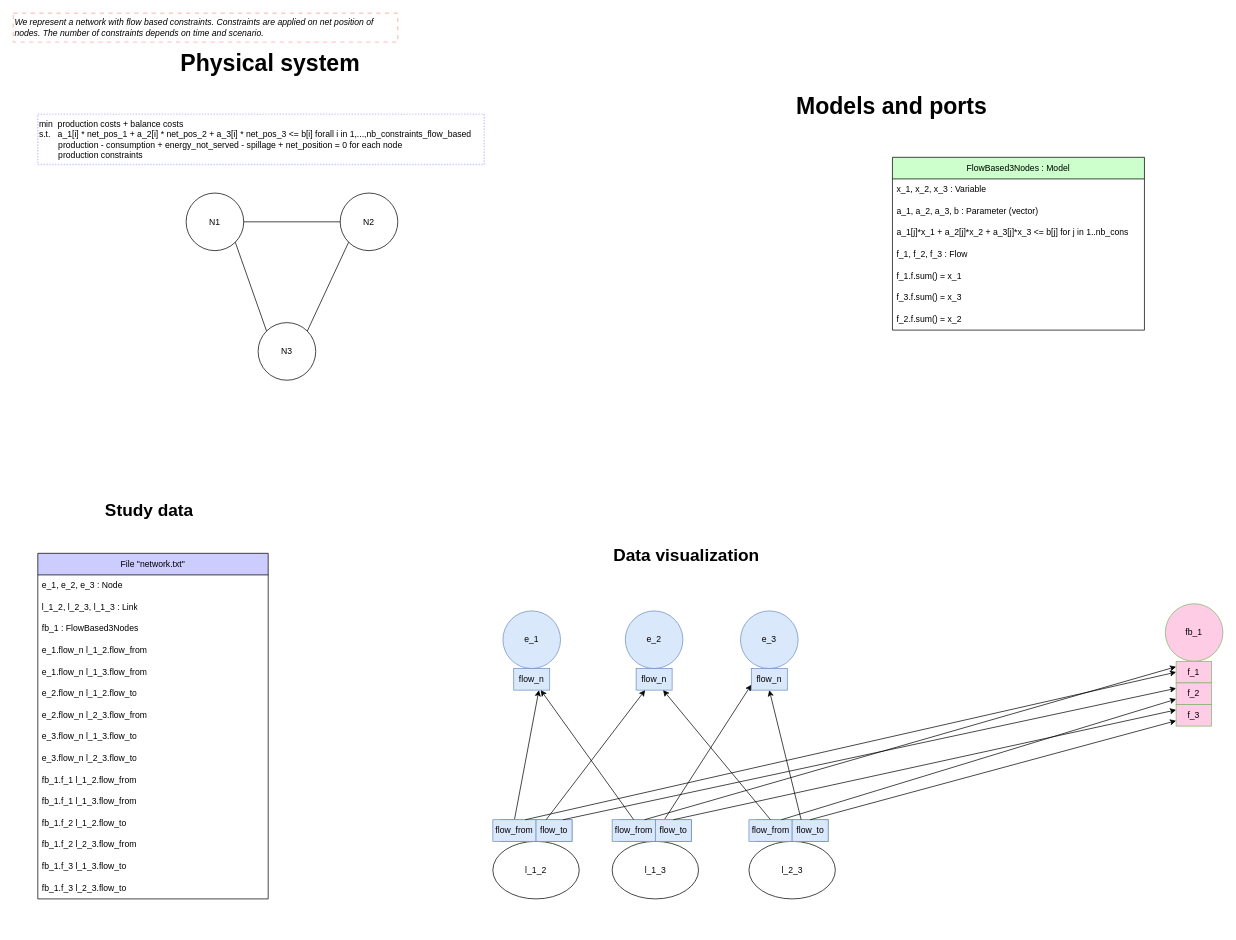
This is page "fb_on_net_positions_3" (4 of 4) of models-design/systems/flow_based.drawio from AntaresSimulatorTeam/andromede-modeling-prototype, a draw.io file, before an edit. Source tidied: cells renumbered, new cells numbered last; positions are measured from the earlier drawing's top-left corner, leaving out a move shared by most shapes. Both pictures are drawn from the tidied source at 72%, with x=0, y=0 at pixel (13, 13).
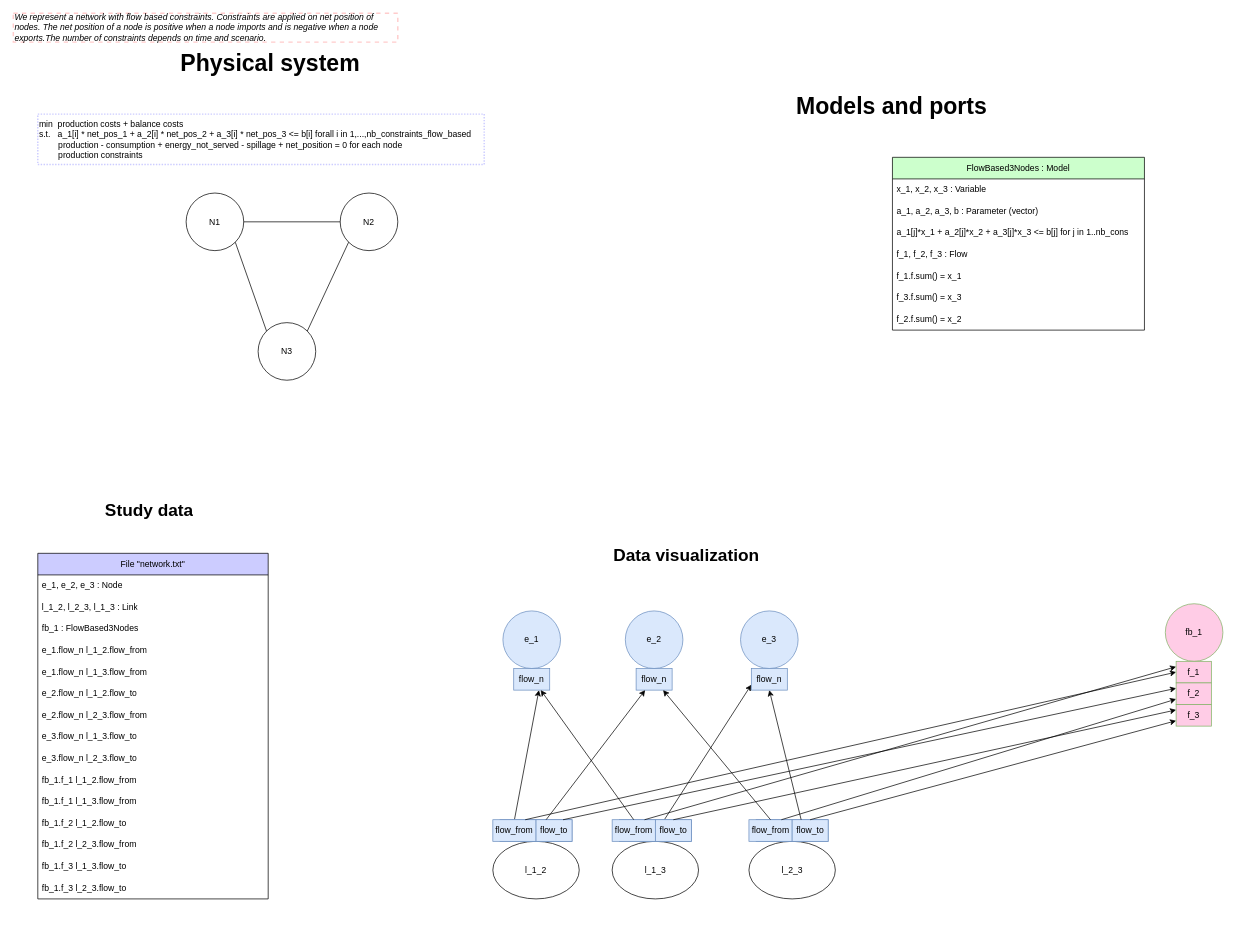
Above is the later version.

Change to the diagram source:
```diff
@@
-    <mxCell id="61" value="&lt;i&gt;We represent a network with flow based constraints. Constraints are applied on net position of nodes. The number of constraints depends on time and scenario.&lt;/i&gt;" style="text;html=1;strokeColor=#FFCCCC;fillColor=none;align=left;verticalAlign=middle;whiteSpace=wrap;rounded=0;dashed=1;strokeWidth=2;" parent="1" vertex="1">
-      <mxGeometry width="534" height="40" as="geometry" />
-    </mxCell>
@@
+    <mxCell id="78" value="&lt;i&gt;We represent a network with flow based constraints. Constraints are applied on net position of nodes. The net position of a node is positive when a node imports and is negative when a node exports.The number of constraints depends on time and scenario.&lt;/i&gt;" style="text;html=1;strokeColor=#FFCCCC;fillColor=none;align=left;verticalAlign=middle;whiteSpace=wrap;rounded=0;dashed=1;strokeWidth=2;" parent="1" vertex="1">
+      <mxGeometry width="534" height="40" as="geometry" />
+    </mxCell>
```
